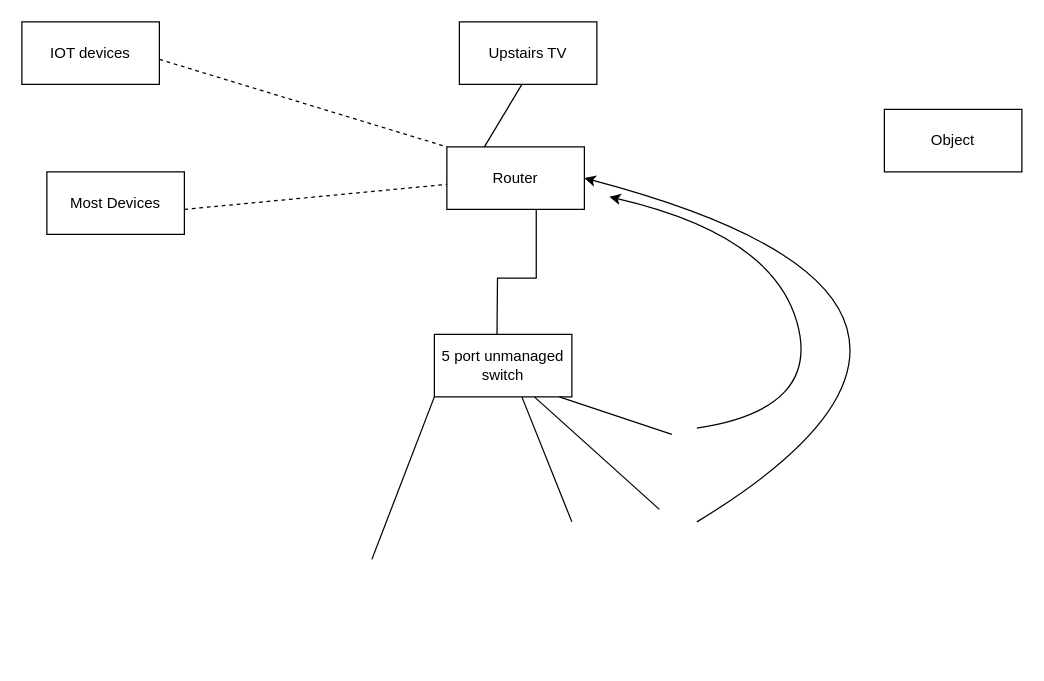
Earlier version of the draw.io diagram Untitled Diagram.drawio (Bamoyski/minirack). Source tidied: cells renumbered, new cells numbered last; positions are measured from the earlier drawing's top-left corner, leaving out a move shared by most shapes. Both pictures are drawn from the tidied source at 125%, with x=0, y=0 at pixel (21, 21).
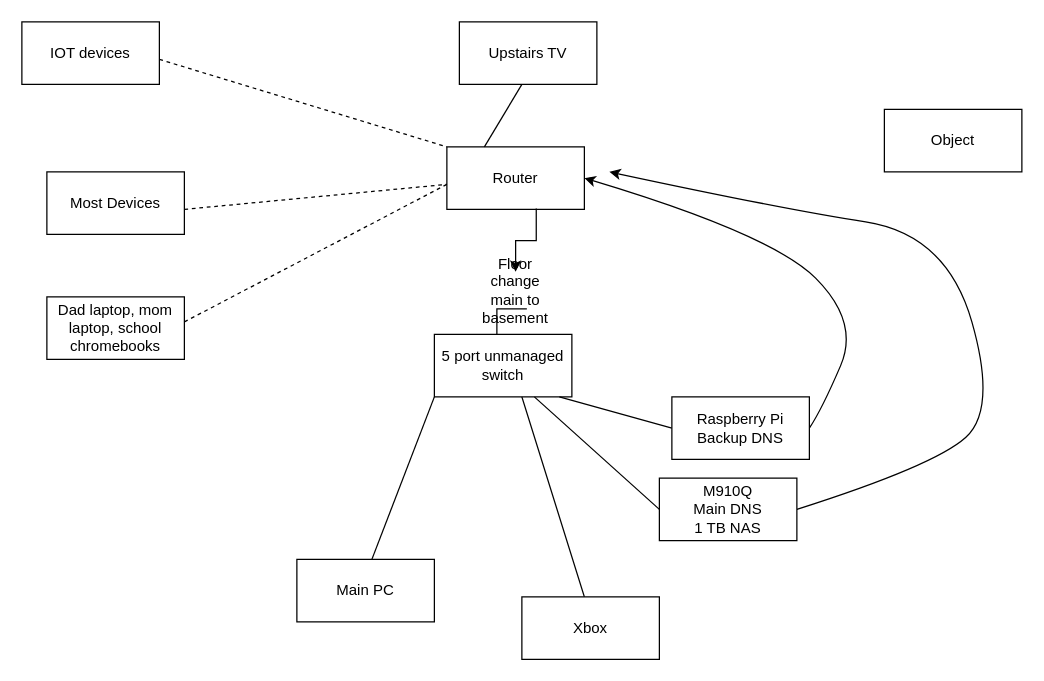
Above is the later version.

Unchanged cells that the change refers to:
```xml
<mxCell id="4" value="Router" style="html=1;whiteSpace=wrap;" parent="1" vertex="1">
  <mxGeometry x="340" y="100" width="110" height="50" as="geometry" />
</mxCell>
```

What changed in the source:
```diff
@@
-    <mxCell id="2" style="edgeStyle=orthogonalEdgeStyle;rounded=0;jettySize=auto;html=1;exitX=0.65;exitY=0.985;exitDx=0;exitDy=0;exitPerimeter=0;" parent="1" edge="1" source="4">
+    <mxCell id="2" style="edgeStyle=orthogonalEdgeStyle;rounded=0;jettySize=auto;html=1;exitX=0.65;exitY=0.985;exitDx=0;exitDy=0;exitPerimeter=0;" parent="1" edge="1" source="24">
       <mxGeometry relative="1" as="geometry">
         <mxPoint x="380" y="260" as="targetPoint" />
       </mxGeometry>
     </mxCell>
@@
-    <mxCell id="7" style="endArrow=none;html=1;rounded=0;" parent="1" edge="1">
+    <mxCell id="7" style="endArrow=none;html=1;rounded=0;exitX=0;exitY=0.5;exitDx=0;exitDy=0;" parent="1" edge="1" source="20">
       <mxGeometry relative="1" as="geometry">
-        <mxPoint x="520" y="330" as="sourcePoint" />
         <mxPoint x="430" y="300" as="targetPoint" />
       </mxGeometry>
     </mxCell>
-    <mxCell id="8" style="endArrow=none;html=1;rounded=0;" parent="1" edge="1">
+    <mxCell id="8" style="endArrow=none;html=1;rounded=0;exitX=0;exitY=0.5;exitDx=0;exitDy=0;" parent="1" edge="1" source="19">
       <mxGeometry relative="1" as="geometry">
-        <mxPoint x="510" y="390" as="sourcePoint" />
         <mxPoint x="410" y="300" as="targetPoint" />
       </mxGeometry>
     </mxCell>
     <mxCell id="9" style="endArrow=none;html=1;rounded=0;" parent="1" edge="1">
       <mxGeometry relative="1" as="geometry">
-        <mxPoint x="440" y="400" as="sourcePoint" />
+        <mxPoint x="450" y="460" as="sourcePoint" />
         <mxPoint x="400" y="300" as="targetPoint" />
       </mxGeometry>
     </mxCell>
@@
-    <mxCell id="15" style="curved=1;endArrow=classic;html=1;rounded=0;entryX=1;entryY=0.5;entryDx=0;entryDy=0;" parent="1" edge="1" target="4">
+    <mxCell id="15" style="curved=1;endArrow=classic;html=1;rounded=0;exitX=1;exitY=0.5;exitDx=0;exitDy=0;" parent="1" edge="1" source="19">
       <mxGeometry relative="1" as="geometry">
-        <mxPoint x="540" y="400" as="sourcePoint" />
+        <mxPoint x="470" y="120" as="targetPoint" />
         <Array as="points">
-          <mxPoint x="680" y="315" />
-          <mxPoint x="640" y="175" />
+          <mxPoint x="730" y="355" />
+          <mxPoint x="780" y="310" />
+          <mxPoint x="740" y="170" />
+          <mxPoint x="610" y="150" />
         </Array>
       </mxGeometry>
     </mxCell>
-    <mxCell id="16" style="curved=1;endArrow=classic;html=1;rounded=0;" parent="1" edge="1">
+    <mxCell id="16" style="curved=1;endArrow=classic;html=1;rounded=0;entryX=1;entryY=0.5;entryDx=0;entryDy=0;exitX=1;exitY=0.5;exitDx=0;exitDy=0;" parent="1" edge="1" source="20" target="4">
       <mxGeometry relative="1" as="geometry">
-        <mxPoint x="540" y="325" as="sourcePoint" />
-        <mxPoint x="470" y="140" as="targetPoint" />
         <Array as="points">
           <mxPoint x="640" y="310" />
+          <mxPoint x="670" y="240" />
           <mxPoint x="600" y="170" />
         </Array>
       </mxGeometry>
     </mxCell>
@@
+    <mxCell id="19" value="M910Q&lt;br&gt;Main DNS&lt;div&gt;1 TB NAS&lt;/div&gt;" style="html=1;whiteSpace=wrap;" parent="1" vertex="1">
+      <mxGeometry x="510" y="365" width="110" height="50" as="geometry" />
+    </mxCell>
+    <mxCell id="20" value="Raspberry Pi&lt;div&gt;Backup DNS&lt;/div&gt;" style="html=1;whiteSpace=wrap;" parent="1" vertex="1">
+      <mxGeometry x="520" y="300" width="110" height="50" as="geometry" />
+    </mxCell>
+    <mxCell id="21" style="endArrow=none;dashed=1;html=1;rounded=0;" parent="1" edge="1">
+      <mxGeometry relative="1" as="geometry">
+        <mxPoint x="130" y="240" as="sourcePoint" />
+        <mxPoint x="340" y="130" as="targetPoint" />
+      </mxGeometry>
+    </mxCell>
+    <mxCell id="22" value="Dad laptop, mom laptop, school chromebooks" style="html=1;whiteSpace=wrap;" parent="1" vertex="1">
+      <mxGeometry x="20" y="220" width="110" height="50" as="geometry" />
+    </mxCell>
+    <mxCell id="23" style="edgeStyle=orthogonalEdgeStyle;rounded=0;jettySize=auto;html=1;exitX=0.65;exitY=0.985;exitDx=0;exitDy=0;exitPerimeter=0;" parent="1" edge="1" source="4" target="24">
+      <mxGeometry relative="1" as="geometry" />
+    </mxCell>
+    <mxCell id="24" value="Floor change&lt;div&gt;main to basement&lt;/div&gt;" style="text;html=1;align=center;verticalAlign=middle;whiteSpace=wrap;rounded=0;" parent="1" vertex="1">
+      <mxGeometry x="365" y="200" width="60" height="30" as="geometry" />
+    </mxCell>
+    <mxCell id="25" value="Xbox" style="html=1;whiteSpace=wrap;" parent="1" vertex="1">
+      <mxGeometry x="400" y="460" width="110" height="50" as="geometry" />
+    </mxCell>
+    <mxCell id="26" value="Main PC" style="html=1;whiteSpace=wrap;" parent="1" vertex="1">
+      <mxGeometry x="220" y="430" width="110" height="50" as="geometry" />
+    </mxCell>
```
